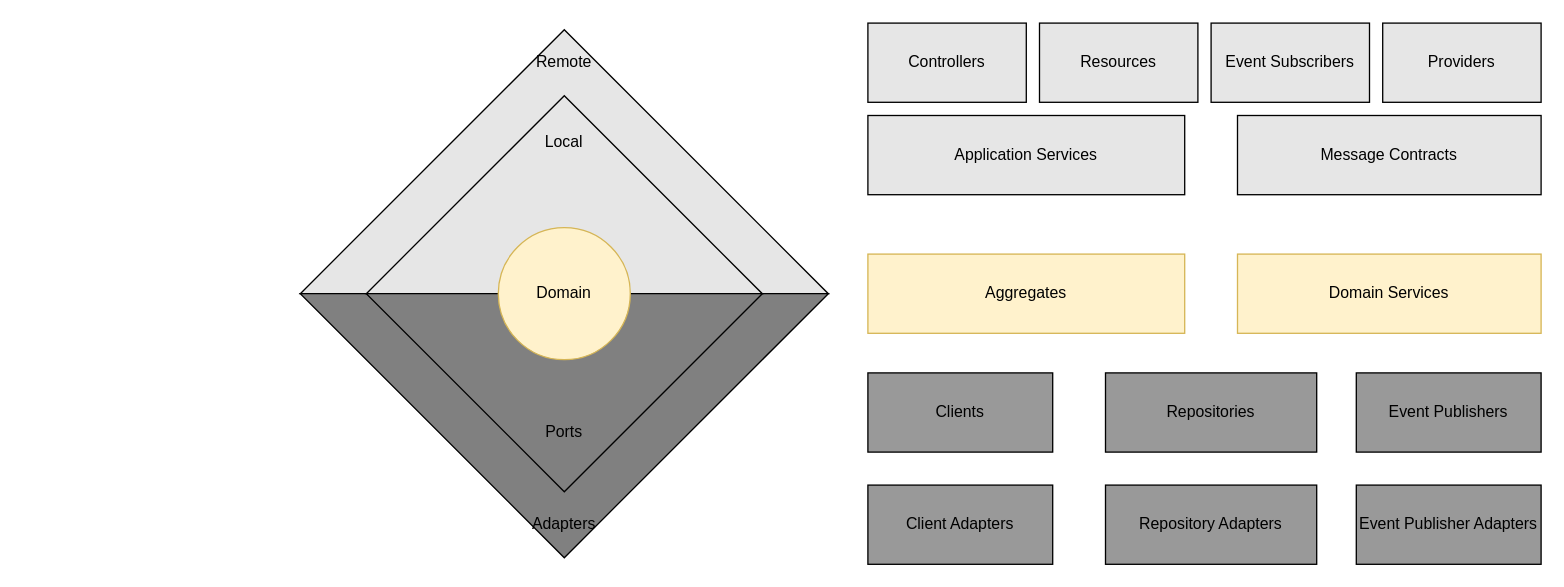
Before: scm.drawio in zengande/static-files, a draw.io diagram. Source tidied: cells renumbered, new cells numbered last; positions are measured from the earlier drawing's top-left corner, leaving out a move shared by most shapes. Both pictures are drawn from the tidied source at 132%, with x=0, y=0 at pixel (432, -103).
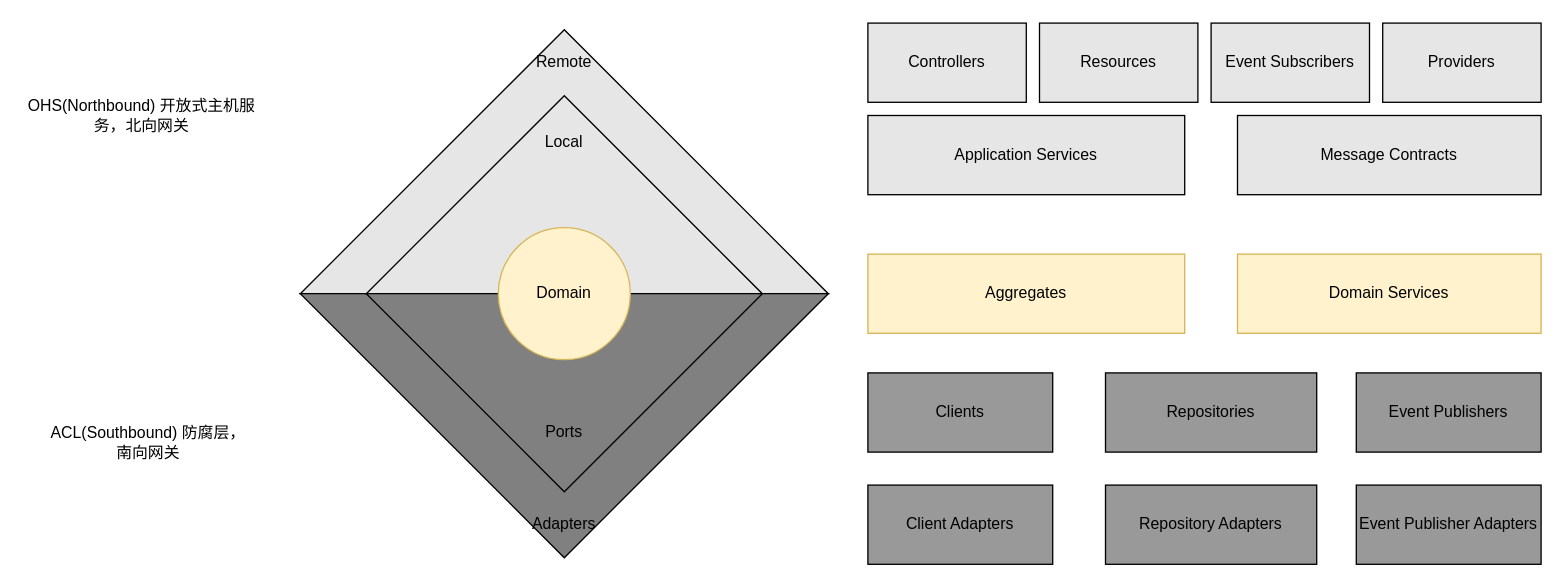
The same page after the edit.

The edit, as a diff of the source:
```diff
@@
+    <mxCell id="26" value="OHS(Northbound) 开放式主机服务，北向网关" style="text;html=1;strokeColor=none;fillColor=none;align=center;verticalAlign=middle;whiteSpace=wrap;rounded=0;sketch=0;" parent="1" vertex="1">
+      <mxGeometry x="-310" y="120" width="180" height="90" as="geometry" />
+    </mxCell>
+    <mxCell id="27" value="ACL(Southbound) 防腐层，南向网关" style="text;html=1;strokeColor=none;fillColor=none;align=center;verticalAlign=middle;whiteSpace=wrap;rounded=0;sketch=0;" parent="1" vertex="1">
+      <mxGeometry x="-290" y="385" width="150" height="55" as="geometry" />
+    </mxCell>
```
